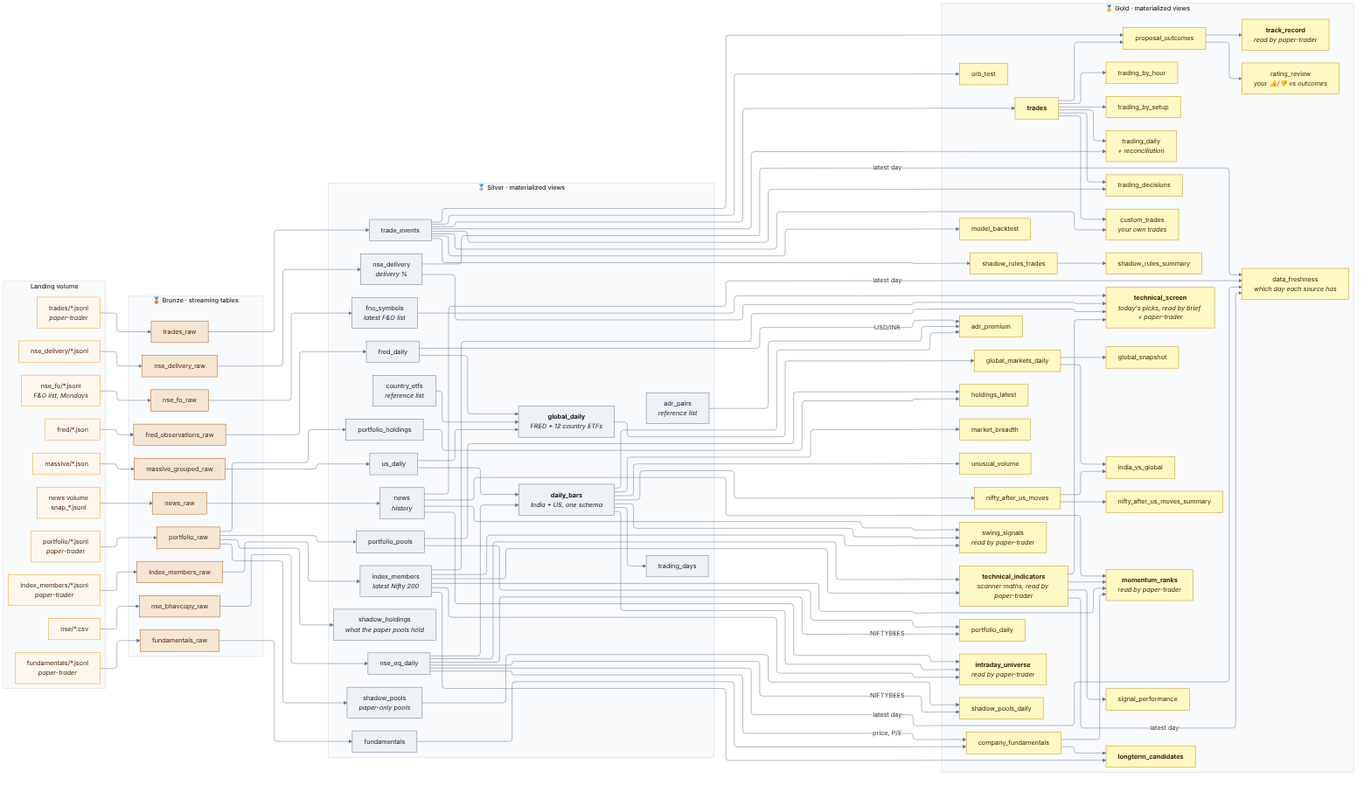
The Mermaid diagram docs/diagrams/03_lineage.png in bumblebee26/stocks_lakehouse, before a commit. Its source is kept beside it as docs/diagrams/03_lineage.mmd.
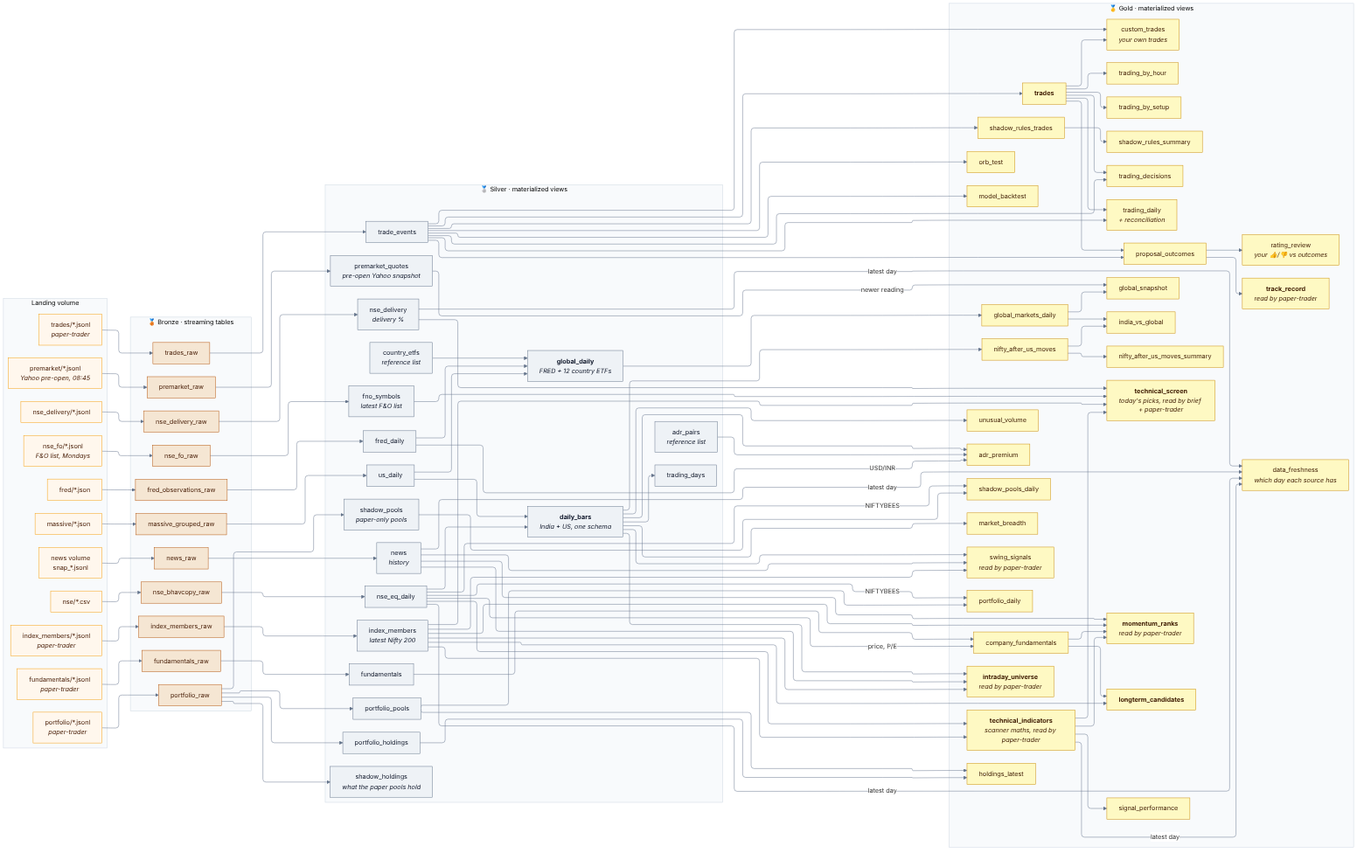
Above is the later version.

Change to the diagram source:
```diff
@@ -13,6 +13,7 @@
         LO["nse_fo/*.jsonl<br/><i>F&amp;O list, Mondays</i>"]
         LM["massive/*.json"]
         LF["fred/*.json"]
+        LY["premarket/*.jsonl<br/><i>Yahoo pre-open, 08:45</i>"]
         LT["trades/*.jsonl<br/><i>paper-trader</i>"]
         LP["portfolio/*.jsonl<br/><i>paper-trader</i>"]
         LU["fundamentals/*.jsonl<br/><i>paper-trader</i>"]
@@ -32,6 +33,7 @@
         B8["news_raw"]
         B9["nse_delivery_raw"]
         B10["nse_fo_raw"]
+        B11["premarket_raw"]
     end
 
     subgraph S["🥈 Silver · materialized views"]
@@ -54,6 +56,7 @@
         S16["nse_delivery<br/><i>delivery %</i>"]
         S17["fno_symbols<br/><i>latest F&amp;O list</i>"]
         S18["shadow_holdings<br/><i>what the paper pools hold</i>"]
+        S19["premarket_quotes<br/><i>pre-open Yahoo snapshot</i>"]
     end
 
     subgraph G["🥇 Gold · materialized views"]
@@ -106,6 +109,7 @@
     S14 --> G5
     S5 -- "USD/INR" --> G5
     S6 --> G6 --> G7
+    LY --> B11 --> S19 -- "newer reading" --> G7
     G6 --> G8
     G3 --> G8
     LT --> B4 --> S7 --> G9
@@ -163,7 +167,7 @@
     classDef bronze fill:#f5e6d3,stroke:#b45309,color:#451a03
     classDef silver fill:#eef2f6,stroke:#64748b,color:#0f172a
     classDef gold fill:#fef9c3,stroke:#ca8a04,color:#422006
-    class LN,LD,LO,LM,LF,LT,LP,LU,LI,LW land
-    class B1,B2,B3,B4,B5,B6,B7,B8,B9,B10 bronze
-    class S1,S2,S3,S4,S5,S6,S7,S8,S9,S10,S11,S12,S13,S14,S15,S16,S17,S18 silver
+    class LN,LD,LO,LM,LF,LY,LT,LP,LU,LI,LW land
+    class B1,B2,B3,B4,B5,B6,B7,B8,B9,B10,B11 bronze
+    class S1,S2,S3,S4,S5,S6,S7,S8,S9,S10,S11,S12,S13,S14,S15,S16,S17,S18,S19 silver
     class G1,G2,G3,G4,G5,G6,G7,G8,G9,G10,G11,G12,G13,G14,G15,G16,G17,G18,G19,G20,G21,G22,G23,G24,G25,G26,G27,G28,G29,G30,G31,G32,G33 gold
```
